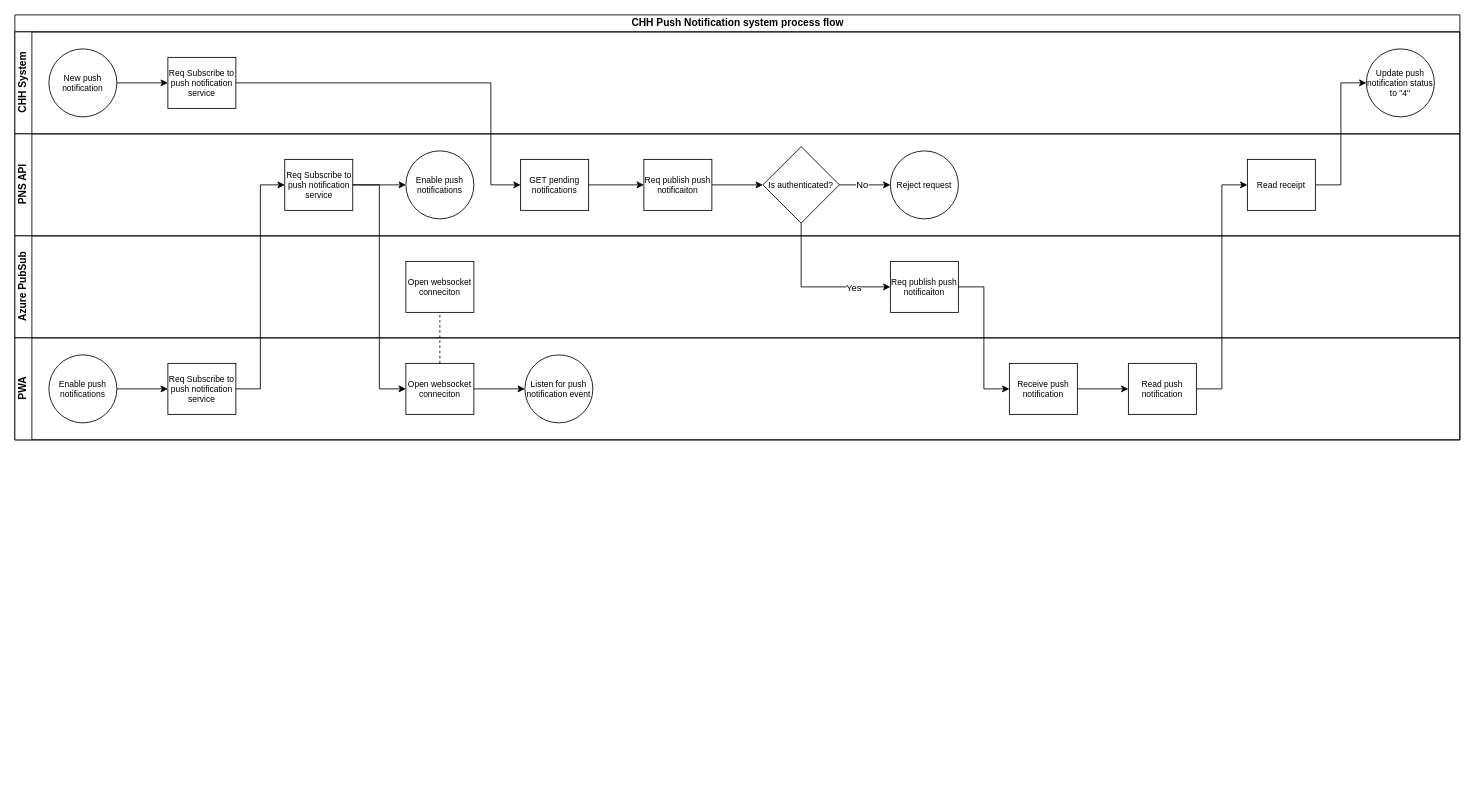
Earlier version of the draw.io diagram chh-push-notification-swimlane.drawio (anon-legion/chh-push-notification). Source tidied: cells renumbered, new cells numbered last; positions are measured from the earlier drawing's top-left corner, leaving out a move shared by most shapes. Both pictures are drawn from the tidied source at 85%, with x=0, y=0 at pixel (14, 14).
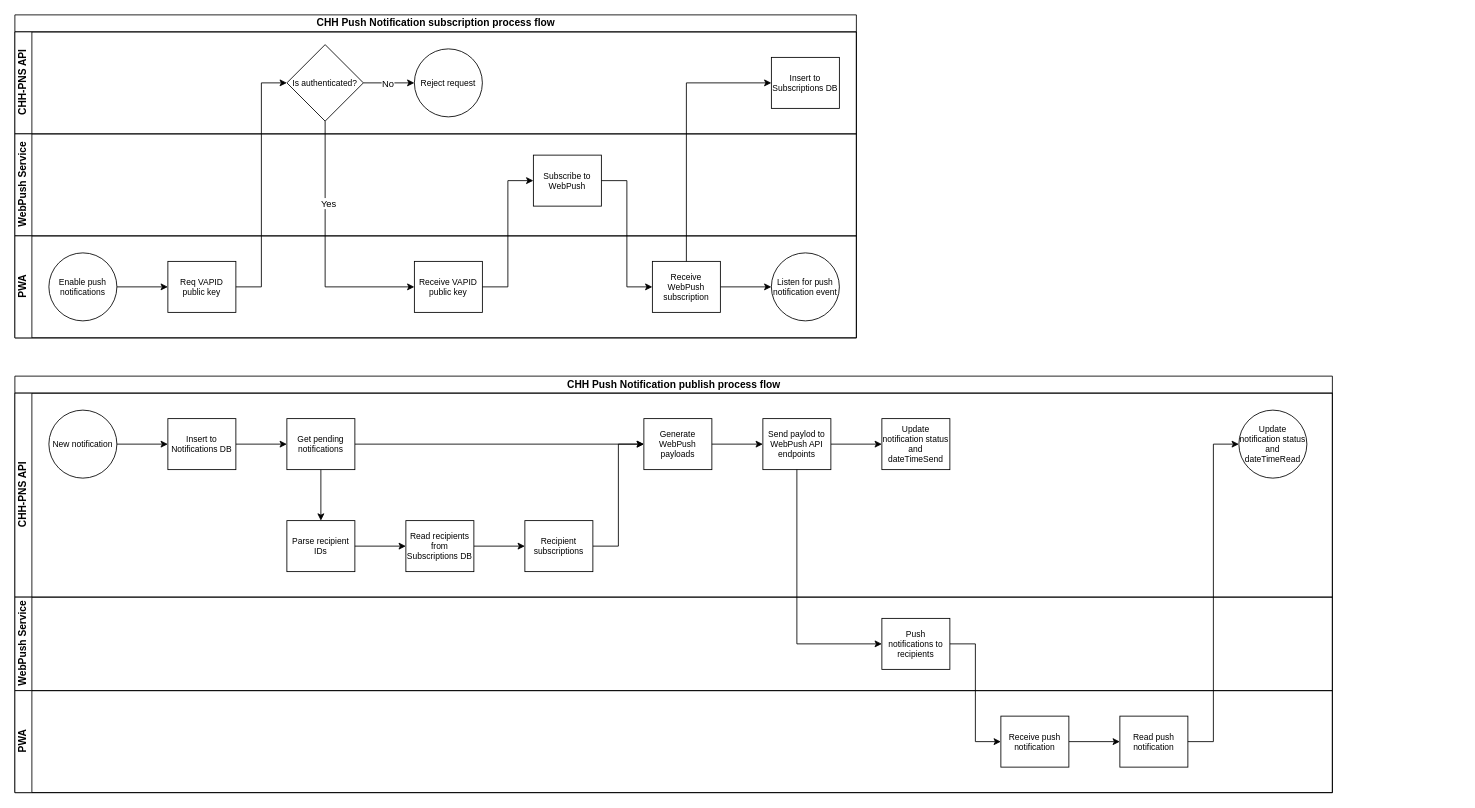
The same page after the edit.

Change to the diagram source:
```diff
@@
-    <mxCell id="2" value="CHH Push Notification system process flow" style="swimlane;horizontal=1;startSize=20;html=1;" parent="1" vertex="1">
-      <mxGeometry width="1700" height="500" as="geometry" />
+    <mxCell id="2" value="CHH Push Notification subscription process flow" style="swimlane;horizontal=1;startSize=20;html=1;" parent="1" vertex="1">
+      <mxGeometry width="990" height="380" as="geometry" />
     </mxCell>
-    <mxCell id="3" value="CHH System" style="swimlane;startSize=20;horizontal=0;html=1;" parent="2" vertex="1">
-      <mxGeometry y="20" width="1700" height="120" as="geometry" />
-    </mxCell>
-    <mxCell id="4" style="edgeStyle=orthogonalEdgeStyle;rounded=0;jettySize=auto;html=1;exitX=1;exitY=0.5;exitDx=0;exitDy=0;entryX=0;entryY=0.5;entryDx=0;entryDy=0;" parent="3" edge="1" source="5" target="6">
-      <mxGeometry relative="1" as="geometry" />
-    </mxCell>
-    <mxCell id="5" value="New push notification" style="ellipse;whiteSpace=wrap;html=1;fontSize=10;rotation=0;" parent="3" vertex="1">
-      <mxGeometry x="40" y="20" width="80" height="80" as="geometry" />
-    </mxCell>
-    <mxCell id="6" value="Req Subscribe to push notification service" style="rounded=0;whiteSpace=wrap;html=1;fontFamily=Helvetica;fontSize=10;fontColor=#000000;align=center;" parent="3" vertex="1">
-      <mxGeometry x="180" y="30" width="80" height="60" as="geometry" />
-    </mxCell>
-    <mxCell id="7" value="Update push notification status to &quot;4&quot;" style="ellipse;whiteSpace=wrap;html=1;fontSize=10;rotation=0;" parent="3" vertex="1">
-      <mxGeometry x="1590" y="20" width="80" height="80" as="geometry" />
-    </mxCell>
-    <mxCell id="8" value="PNS API" style="swimlane;startSize=20;horizontal=0;html=1;" parent="2" vertex="1">
-      <mxGeometry y="140" width="1700" height="120" as="geometry" />
+    <mxCell id="8" value="&lt;div&gt;CHH-PNS API&lt;/div&gt;" style="swimlane;startSize=20;horizontal=0;html=1;" parent="2" vertex="1">
+      <mxGeometry y="20" width="990" height="120" as="geometry" />
     </mxCell>
-    <mxCell id="9" style="edgeStyle=orthogonalEdgeStyle;rounded=0;jettySize=auto;html=1;exitX=1;exitY=0.5;exitDx=0;exitDy=0;" parent="8" edge="1" source="10" target="11">
-      <mxGeometry relative="1" as="geometry" />
-    </mxCell>
-    <mxCell id="10" value="Req Subscribe to push notification service" style="rounded=0;whiteSpace=wrap;html=1;fontFamily=Helvetica;fontSize=10;fontColor=#000000;align=center;" parent="8" vertex="1">
-      <mxGeometry x="317.5" y="30" width="80" height="60" as="geometry" />
-    </mxCell>
-    <mxCell id="11" value="Enable push notifications" style="ellipse;whiteSpace=wrap;html=1;fontSize=10;rotation=0;" parent="8" vertex="1">
-      <mxGeometry x="460" y="20" width="80" height="80" as="geometry" />
-    </mxCell>
-    <mxCell id="12" style="edgeStyle=orthogonalEdgeStyle;rounded=0;jettySize=auto;html=1;exitX=1;exitY=0.5;exitDx=0;exitDy=0;entryX=0;entryY=0.5;entryDx=0;entryDy=0;" parent="8" edge="1" source="13" target="15">
-      <mxGeometry relative="1" as="geometry" />
-    </mxCell>
-    <mxCell id="13" value="GET pending notifications" style="rounded=0;whiteSpace=wrap;html=1;fontFamily=Helvetica;fontSize=10;fontColor=#000000;align=center;" parent="8" vertex="1">
-      <mxGeometry x="595" y="30" width="80" height="60" as="geometry" />
-    </mxCell>
-    <mxCell id="14" style="edgeStyle=orthogonalEdgeStyle;rounded=0;jettySize=auto;html=1;exitX=1;exitY=0.5;exitDx=0;exitDy=0;entryX=0;entryY=0.5;entryDx=0;entryDy=0;" parent="8" edge="1" source="15" target="18">
-      <mxGeometry relative="1" as="geometry" />
-    </mxCell>
-    <mxCell id="15" value="Req publish push notificaiton" style="rounded=0;whiteSpace=wrap;html=1;fontFamily=Helvetica;fontSize=10;fontColor=#000000;align=center;" parent="8" vertex="1">
-      <mxGeometry x="740" y="30" width="80" height="60" as="geometry" />
-    </mxCell>
-    <mxCell id="16" style="edgeStyle=orthogonalEdgeStyle;rounded=0;jettySize=auto;html=1;exitX=1;exitY=0.5;exitDx=0;exitDy=0;entryX=0;entryY=0.5;entryDx=0;entryDy=0;" parent="8" edge="1" source="18" target="19">
+    <mxCell id="16" style="edgeStyle=orthogonalEdgeStyle;rounded=0;jettySize=auto;html=1;" parent="8" edge="1" source="18" target="19">
       <mxGeometry relative="1" as="geometry" />
     </mxCell>
     <mxCell id="17" value="No" style="edgeLabel;html=1;align=center;verticalAlign=middle;" parent="16" vertex="1">
-      <mxGeometry x="-0.13" y="1" relative="1" as="geometry" />
+      <mxGeometry x="-0.07" relative="1" as="geometry" />
     </mxCell>
     <mxCell id="18" value="Is authenticated?" style="rhombus;whiteSpace=wrap;html=1;fontSize=10;fontColor=#000000;rounded=0;rotation=0;" parent="8" vertex="1">
-      <mxGeometry x="880" y="15" width="90" height="90" as="geometry" />
+      <mxGeometry x="320" y="15" width="90" height="90" as="geometry" />
     </mxCell>
     <mxCell id="19" value="Reject request" style="ellipse;whiteSpace=wrap;html=1;fontSize=10;rotation=0;" parent="8" vertex="1">
-      <mxGeometry x="1030" y="20" width="80" height="80" as="geometry" />
+      <mxGeometry x="470" y="20" width="80" height="80" as="geometry" />
     </mxCell>
-    <mxCell id="20" value="Read receipt" style="rounded=0;whiteSpace=wrap;html=1;fontFamily=Helvetica;fontSize=10;fontColor=#000000;align=center;" parent="8" vertex="1">
-      <mxGeometry x="1450" y="30" width="80" height="60" as="geometry" />
-    </mxCell>
+    <mxCell id="43" value="&lt;font style=&quot;font-size: 10px;&quot;&gt;Insert to &lt;font style=&quot;font-size: 10px;&quot;&gt;Subscriptions DB&lt;br&gt;&lt;/font&gt;&lt;/font&gt;" style="rounded=0;whiteSpace=wrap;html=1;fontFamily=Helvetica;fontSize=10;fontColor=#000000;align=center;" parent="8" vertex="1">
+      <mxGeometry x="890" y="30" width="80" height="60" as="geometry" />
+    </mxCell>
-    <mxCell id="21" value="Azure PubSub" style="swimlane;startSize=20;horizontal=0;html=1;" parent="2" vertex="1">
-      <mxGeometry y="260" width="1700" height="120" as="geometry" />
+    <mxCell id="21" value="WebPush Service" style="swimlane;startSize=20;horizontal=0;html=1;" parent="2" vertex="1">
+      <mxGeometry y="140" width="990" height="120" as="geometry" />
     </mxCell>
-    <mxCell id="22" value="Open websocket conneciton" style="rounded=0;whiteSpace=wrap;html=1;fontFamily=Helvetica;fontSize=10;fontColor=#000000;align=center;" parent="21" vertex="1">
-      <mxGeometry x="460" y="30" width="80" height="60" as="geometry" />
+    <mxCell id="22" value="Subscribe to WebPush" style="rounded=0;whiteSpace=wrap;html=1;fontFamily=Helvetica;fontSize=10;fontColor=#000000;align=center;" parent="21" vertex="1">
+      <mxGeometry x="610" y="25" width="80" height="60" as="geometry" />
     </mxCell>
-    <mxCell id="23" value="Req publish push notificaiton" style="rounded=0;whiteSpace=wrap;html=1;fontFamily=Helvetica;fontSize=10;fontColor=#000000;align=center;" parent="21" vertex="1">
-      <mxGeometry x="1030" y="30" width="80" height="60" as="geometry" />
-    </mxCell>
     <mxCell id="24" value="PWA" style="swimlane;startSize=20;horizontal=0;html=1;" parent="2" vertex="1">
-      <mxGeometry y="380" width="1700" height="120" as="geometry" />
+      <mxGeometry y="260" width="990" height="120" as="geometry" />
     </mxCell>
@@
-    <mxCell id="27" value="Req Subscribe to push notification service" style="rounded=0;whiteSpace=wrap;html=1;fontFamily=Helvetica;fontSize=10;fontColor=#000000;align=center;" parent="24" vertex="1">
+    <mxCell id="27" value="Req VAPID public key" style="rounded=0;whiteSpace=wrap;html=1;fontFamily=Helvetica;fontSize=10;fontColor=#000000;align=center;" parent="24" vertex="1">
       <mxGeometry x="180" y="30" width="80" height="60" as="geometry" />
     </mxCell>
-    <mxCell id="28" style="edgeStyle=orthogonalEdgeStyle;rounded=0;jettySize=auto;html=1;exitX=1;exitY=0.5;exitDx=0;exitDy=0;entryX=0;entryY=0.5;entryDx=0;entryDy=0;" parent="24" edge="1" source="29" target="30">
-      <mxGeometry relative="1" as="geometry" />
-    </mxCell>
-    <mxCell id="29" value="Open websocket conneciton" style="rounded=0;whiteSpace=wrap;html=1;fontFamily=Helvetica;fontSize=10;fontColor=#000000;align=center;" parent="24" vertex="1">
-      <mxGeometry x="460" y="30" width="80" height="60" as="geometry" />
-    </mxCell>
+    <mxCell id="44" value="Receive VAPID public key" style="rounded=0;whiteSpace=wrap;html=1;fontFamily=Helvetica;fontSize=10;fontColor=#000000;align=center;" parent="24" vertex="1">
+      <mxGeometry x="470" y="30" width="80" height="60" as="geometry" />
+    </mxCell>
+    <mxCell id="45" style="edgeStyle=orthogonalEdgeStyle;rounded=0;jettySize=auto;html=1;exitX=1;exitY=0.5;exitDx=0;exitDy=0;entryX=0;entryY=0.5;entryDx=0;entryDy=0;" parent="24" edge="1" source="46" target="30">
+      <mxGeometry relative="1" as="geometry" />
+    </mxCell>
+    <mxCell id="46" value="Receive WebPush subscription" style="rounded=0;whiteSpace=wrap;html=1;fontFamily=Helvetica;fontSize=10;fontColor=#000000;align=center;" parent="24" vertex="1">
+      <mxGeometry x="750" y="30" width="80" height="60" as="geometry" />
+    </mxCell>
     <mxCell id="30" value="Listen for push notification event" style="ellipse;whiteSpace=wrap;html=1;fontSize=10;rotation=0;" parent="24" vertex="1">
-      <mxGeometry x="600" y="20" width="80" height="80" as="geometry" />
+      <mxGeometry x="890" y="20" width="80" height="80" as="geometry" />
     </mxCell>
+    <mxCell id="34" style="edgeStyle=orthogonalEdgeStyle;rounded=0;jettySize=auto;html=1;exitX=1;exitY=0.5;exitDx=0;exitDy=0;entryX=0;entryY=0.5;entryDx=0;entryDy=0;" parent="2" edge="1" source="27" target="18">
+      <mxGeometry relative="1" as="geometry" />
+    </mxCell>
+    <mxCell id="47" style="edgeStyle=orthogonalEdgeStyle;rounded=0;jettySize=auto;html=1;exitX=0.5;exitY=1;exitDx=0;exitDy=0;entryX=0;entryY=0.5;entryDx=0;entryDy=0;" parent="2" edge="1" source="18" target="44">
+      <mxGeometry relative="1" as="geometry" />
+    </mxCell>
+    <mxCell id="39" value="Yes" style="edgeLabel;html=1;align=center;verticalAlign=middle;" parent="47" vertex="1">
+      <mxGeometry x="-0.36" y="3" relative="1" as="geometry" />
+    </mxCell>
+    <mxCell id="48" style="edgeStyle=orthogonalEdgeStyle;rounded=0;jettySize=auto;html=1;exitX=1;exitY=0.5;exitDx=0;exitDy=0;entryX=0;entryY=0.5;entryDx=0;entryDy=0;" parent="2" edge="1" source="44" target="22">
+      <mxGeometry relative="1" as="geometry" />
+    </mxCell>
+    <mxCell id="49" style="edgeStyle=orthogonalEdgeStyle;rounded=0;jettySize=auto;html=1;exitX=1;exitY=0.5;exitDx=0;exitDy=0;entryX=0;entryY=0.5;entryDx=0;entryDy=0;" parent="2" edge="1" source="22" target="46">
+      <mxGeometry relative="1" as="geometry" />
+    </mxCell>
+    <mxCell id="50" style="edgeStyle=orthogonalEdgeStyle;rounded=0;jettySize=auto;html=1;exitX=0.5;exitY=0;exitDx=0;exitDy=0;entryX=0;entryY=0.5;entryDx=0;entryDy=0;" parent="2" edge="1" source="46" target="43">
+      <mxGeometry relative="1" as="geometry" />
+    </mxCell>
+    <mxCell id="51" value="CHH Push Notification publish process flow" style="swimlane;horizontal=1;startSize=20;html=1;" parent="1" vertex="1">
+      <mxGeometry y="425" width="1550" height="490" as="geometry" />
+    </mxCell>
+    <mxCell id="52" value="&lt;div&gt;CHH-PNS API&lt;/div&gt;" style="swimlane;startSize=20;horizontal=0;html=1;" parent="51" vertex="1">
+      <mxGeometry y="20" width="1550" height="240" as="geometry" />
+    </mxCell>
+    <mxCell id="53" value="New notification" style="ellipse;whiteSpace=wrap;html=1;fontSize=10;rotation=0;" parent="52" vertex="1">
+      <mxGeometry x="40" y="20" width="80" height="80" as="geometry" />
+    </mxCell>
+    <mxCell id="54" style="edgeStyle=orthogonalEdgeStyle;rounded=0;jettySize=auto;html=1;entryX=0;entryY=0.5;entryDx=0;entryDy=0;exitX=1;exitY=0.5;exitDx=0;exitDy=0;" parent="52" edge="1" source="65" target="58">
+      <mxGeometry relative="1" as="geometry" />
+    </mxCell>
+    <mxCell id="55" style="edgeStyle=orthogonalEdgeStyle;rounded=0;jettySize=auto;html=1;exitX=1;exitY=0.5;exitDx=0;exitDy=0;entryX=0;entryY=0.5;entryDx=0;entryDy=0;" parent="52" edge="1" source="53" target="65">
+      <mxGeometry relative="1" as="geometry" />
+    </mxCell>
+    <mxCell id="56" style="edgeStyle=orthogonalEdgeStyle;rounded=0;jettySize=auto;html=1;entryX=0.5;entryY=0;entryDx=0;entryDy=0;" parent="52" edge="1" source="58" target="62">
+      <mxGeometry relative="1" as="geometry" />
+    </mxCell>
+    <mxCell id="57" style="edgeStyle=orthogonalEdgeStyle;rounded=0;jettySize=auto;html=1;exitX=1;exitY=0.5;exitDx=0;exitDy=0;entryX=0;entryY=0.5;entryDx=0;entryDy=0;" parent="52" edge="1" source="58" target="64">
+      <mxGeometry relative="1" as="geometry" />
+    </mxCell>
+    <mxCell id="58" value="Get pending notifications" style="rounded=0;whiteSpace=wrap;html=1;fontFamily=Helvetica;fontSize=10;fontColor=#000000;align=center;" parent="52" vertex="1">
+      <mxGeometry x="320" y="30" width="80" height="60" as="geometry" />
+    </mxCell>
+    <mxCell id="59" style="edgeStyle=orthogonalEdgeStyle;rounded=0;jettySize=auto;html=1;exitX=1;exitY=0.5;exitDx=0;exitDy=0;entryX=0;entryY=0.5;entryDx=0;entryDy=0;" parent="52" edge="1" source="66" target="61">
+      <mxGeometry relative="1" as="geometry" />
+    </mxCell>
+    <mxCell id="60" style="edgeStyle=orthogonalEdgeStyle;rounded=0;jettySize=auto;html=1;exitX=1;exitY=0.5;exitDx=0;exitDy=0;entryX=0;entryY=0.5;entryDx=0;entryDy=0;" parent="52" edge="1" source="61" target="64">
+      <mxGeometry relative="1" as="geometry" />
+    </mxCell>
+    <mxCell id="61" value="Recipient subscriptions" style="rounded=0;whiteSpace=wrap;html=1;fontFamily=Helvetica;fontSize=10;fontColor=#000000;align=center;" parent="52" vertex="1">
+      <mxGeometry x="600" y="150" width="80" height="60" as="geometry" />
+    </mxCell>
+    <mxCell id="62" value="Parse recipient IDs" style="rounded=0;whiteSpace=wrap;html=1;fontFamily=Helvetica;fontSize=10;fontColor=#000000;align=center;" parent="52" vertex="1">
+      <mxGeometry x="320" y="150" width="80" height="60" as="geometry" />
+    </mxCell>
+    <mxCell id="63" style="edgeStyle=orthogonalEdgeStyle;rounded=0;jettySize=auto;html=1;exitX=1;exitY=0.5;exitDx=0;exitDy=0;entryX=0;entryY=0.5;entryDx=0;entryDy=0;" parent="52" edge="1" source="62" target="66">
+      <mxGeometry relative="1" as="geometry" />
+    </mxCell>
+    <mxCell id="64" value="Generate WebPush payloads" style="rounded=0;whiteSpace=wrap;html=1;fontFamily=Helvetica;fontSize=10;fontColor=#000000;align=center;" parent="52" vertex="1">
+      <mxGeometry x="740" y="30" width="80" height="60" as="geometry" />
+    </mxCell>
+    <mxCell id="65" value="&lt;font style=&quot;font-size: 10px;&quot;&gt;Insert to &lt;font style=&quot;font-size: 10px;&quot;&gt;Notifications DB&lt;/font&gt;&lt;/font&gt;" style="rounded=0;whiteSpace=wrap;html=1;fontFamily=Helvetica;fontSize=10;fontColor=#000000;align=center;" parent="52" vertex="1">
+      <mxGeometry x="180" y="30" width="80" height="60" as="geometry" />
+    </mxCell>
+    <mxCell id="66" value="&lt;font style=&quot;font-size: 10px;&quot;&gt;Read recipients from Subscriptions DB&lt;br&gt;&lt;/font&gt;" style="rounded=0;whiteSpace=wrap;html=1;fontFamily=Helvetica;fontSize=10;fontColor=#000000;align=center;" parent="52" vertex="1">
+      <mxGeometry x="460" y="150" width="80" height="60" as="geometry" />
+    </mxCell>
+    <mxCell id="67" style="edgeStyle=orthogonalEdgeStyle;rounded=0;jettySize=auto;html=1;exitX=1;exitY=0.5;exitDx=0;exitDy=0;entryX=0;entryY=0.5;entryDx=0;entryDy=0;" parent="52" edge="1" source="68" target="71">
+      <mxGeometry relative="1" as="geometry" />
+    </mxCell>
+    <mxCell id="68" value="Send paylod to WebPush API endpoints" style="rounded=0;whiteSpace=wrap;html=1;fontFamily=Helvetica;fontSize=10;fontColor=#000000;align=center;" parent="52" vertex="1">
+      <mxGeometry x="880" y="30" width="80" height="60" as="geometry" />
+    </mxCell>
+    <mxCell id="69" value="Update notification status and dateTimeRead" style="ellipse;whiteSpace=wrap;html=1;fontSize=10;rotation=0;" parent="52" vertex="1">
+      <mxGeometry x="1440" y="20" width="80" height="80" as="geometry" />
+    </mxCell>
+    <mxCell id="70" style="edgeStyle=orthogonalEdgeStyle;rounded=0;jettySize=auto;html=1;exitX=1;exitY=0.5;exitDx=0;exitDy=0;entryX=0;entryY=0.5;entryDx=0;entryDy=0;" parent="52" edge="1" source="64" target="68">
+      <mxGeometry relative="1" as="geometry" />
+    </mxCell>
+    <mxCell id="71" value="Update notification status and dateTimeSend" style="rounded=0;whiteSpace=wrap;html=1;fontFamily=Helvetica;fontSize=10;fontColor=#000000;align=center;" parent="52" vertex="1">
+      <mxGeometry x="1020" y="30" width="80" height="60" as="geometry" />
+    </mxCell>
+    <mxCell id="72" value="WebPush Service" style="swimlane;startSize=20;horizontal=0;html=1;" parent="51" vertex="1">
+      <mxGeometry y="260" width="1550" height="110" as="geometry" />
+    </mxCell>
+    <mxCell id="73" value="Push notifications to recipients" style="rounded=0;whiteSpace=wrap;html=1;fontFamily=Helvetica;fontSize=10;fontColor=#000000;align=center;" parent="72" vertex="1">
+      <mxGeometry x="1020" y="25" width="80" height="60" as="geometry" />
+    </mxCell>
+    <mxCell id="74" value="PWA" style="swimlane;startSize=20;horizontal=0;html=1;" parent="51" vertex="1">
+      <mxGeometry y="370" width="1550" height="120" as="geometry" />
+    </mxCell>
-    <mxCell id="31" style="edgeStyle=orthogonalEdgeStyle;rounded=0;jettySize=auto;html=1;exitX=1;exitY=0.5;exitDx=0;exitDy=0;" parent="24" edge="1" source="32" target="33">
+    <mxCell id="31" style="edgeStyle=orthogonalEdgeStyle;rounded=0;jettySize=auto;html=1;exitX=1;exitY=0.5;exitDx=0;exitDy=0;entryX=0;entryY=0.5;entryDx=0;entryDy=0;" parent="74" edge="1" source="32" target="33">
       <mxGeometry relative="1" as="geometry" />
     </mxCell>
-    <mxCell id="32" value="Receive push notification" style="rounded=0;whiteSpace=wrap;html=1;fontFamily=Helvetica;fontSize=10;fontColor=#000000;align=center;" parent="24" vertex="1">
-      <mxGeometry x="1170" y="30" width="80" height="60" as="geometry" />
+    <mxCell id="32" value="Receive push notification" style="rounded=0;whiteSpace=wrap;html=1;fontFamily=Helvetica;fontSize=10;fontColor=#000000;align=center;" parent="74" vertex="1">
+      <mxGeometry x="1160" y="30" width="80" height="60" as="geometry" />
     </mxCell>
-    <mxCell id="33" value="Read push notification" style="rounded=0;whiteSpace=wrap;html=1;fontFamily=Helvetica;fontSize=10;fontColor=#000000;align=center;" parent="24" vertex="1">
-      <mxGeometry x="1310" y="30" width="80" height="60" as="geometry" />
+    <mxCell id="33" value="Read push notification" style="rounded=0;whiteSpace=wrap;html=1;fontFamily=Helvetica;fontSize=10;fontColor=#000000;align=center;" parent="74" vertex="1">
+      <mxGeometry x="1300" y="30" width="80" height="60" as="geometry" />
     </mxCell>
-    <mxCell id="34" style="edgeStyle=orthogonalEdgeStyle;rounded=0;jettySize=auto;html=1;exitX=1;exitY=0.5;exitDx=0;exitDy=0;entryX=0;entryY=0.5;entryDx=0;entryDy=0;" parent="2" edge="1" source="27" target="10">
-      <mxGeometry relative="1" as="geometry" />
-    </mxCell>
-    <mxCell id="35" style="edgeStyle=orthogonalEdgeStyle;rounded=0;jettySize=auto;html=1;exitX=1;exitY=0.5;exitDx=0;exitDy=0;entryX=0;entryY=0.5;entryDx=0;entryDy=0;" parent="2" edge="1" source="10" target="29">
-      <mxGeometry relative="1" as="geometry" />
-    </mxCell>
-    <mxCell id="36" style="edgeStyle=orthogonalEdgeStyle;rounded=0;jettySize=auto;html=1;exitX=0.5;exitY=0;exitDx=0;exitDy=0;entryX=0.5;entryY=1;entryDx=0;entryDy=0;dashed=1;endArrow=none;endFill=0;" parent="2" edge="1" source="29" target="22">
-      <mxGeometry relative="1" as="geometry" />
-    </mxCell>
-    <mxCell id="37" style="edgeStyle=orthogonalEdgeStyle;rounded=0;jettySize=auto;html=1;exitX=1;exitY=0.5;exitDx=0;exitDy=0;entryX=0;entryY=0.5;entryDx=0;entryDy=0;" parent="2" edge="1" source="6" target="13">
-      <mxGeometry relative="1" as="geometry">
-        <Array as="points">
-          <mxPoint x="560" y="80" />
-          <mxPoint x="560" y="200" />
-        </Array>
-      </mxGeometry>
-    </mxCell>
-    <mxCell id="38" style="edgeStyle=orthogonalEdgeStyle;rounded=0;jettySize=auto;html=1;exitX=0.5;exitY=1;exitDx=0;exitDy=0;entryX=0;entryY=0.5;entryDx=0;entryDy=0;" parent="2" edge="1" source="18" target="23">
-      <mxGeometry relative="1" as="geometry" />
-    </mxCell>
-    <mxCell id="39" value="Yes" style="edgeLabel;html=1;align=center;verticalAlign=middle;" parent="38" vertex="1">
-      <mxGeometry x="0.51" relative="1" as="geometry" />
-    </mxCell>
-    <mxCell id="40" style="edgeStyle=orthogonalEdgeStyle;rounded=0;jettySize=auto;html=1;exitX=1;exitY=0.5;exitDx=0;exitDy=0;entryX=0;entryY=0.5;entryDx=0;entryDy=0;" parent="2" edge="1" source="23" target="32">
-      <mxGeometry relative="1" as="geometry" />
-    </mxCell>
-    <mxCell id="41" style="edgeStyle=orthogonalEdgeStyle;rounded=0;jettySize=auto;html=1;exitX=1;exitY=0.5;exitDx=0;exitDy=0;entryX=0;entryY=0.5;entryDx=0;entryDy=0;" parent="2" edge="1" source="33" target="20">
-      <mxGeometry relative="1" as="geometry" />
-    </mxCell>
-    <mxCell id="42" style="edgeStyle=orthogonalEdgeStyle;rounded=0;jettySize=auto;html=1;exitX=1;exitY=0.5;exitDx=0;exitDy=0;entryX=0;entryY=0.5;entryDx=0;entryDy=0;" parent="2" edge="1" source="20" target="7">
-      <mxGeometry relative="1" as="geometry" />
-    </mxCell>
+    <mxCell id="75" style="edgeStyle=orthogonalEdgeStyle;rounded=0;jettySize=auto;html=1;exitX=0.5;exitY=1;exitDx=0;exitDy=0;entryX=0;entryY=0.5;entryDx=0;entryDy=0;" parent="51" edge="1" source="68" target="73">
+      <mxGeometry relative="1" as="geometry" />
+    </mxCell>
+    <mxCell id="76" style="edgeStyle=orthogonalEdgeStyle;rounded=0;jettySize=auto;html=1;exitX=1;exitY=0.5;exitDx=0;exitDy=0;entryX=0;entryY=0.5;entryDx=0;entryDy=0;" parent="51" edge="1" source="73" target="32">
+      <mxGeometry relative="1" as="geometry" />
+    </mxCell>
+    <mxCell id="77" style="edgeStyle=orthogonalEdgeStyle;rounded=0;jettySize=auto;html=1;exitX=1;exitY=0.5;exitDx=0;exitDy=0;entryX=0;entryY=0.5;entryDx=0;entryDy=0;" parent="51" edge="1" source="33" target="69">
+      <mxGeometry relative="1" as="geometry" />
+    </mxCell>
```
